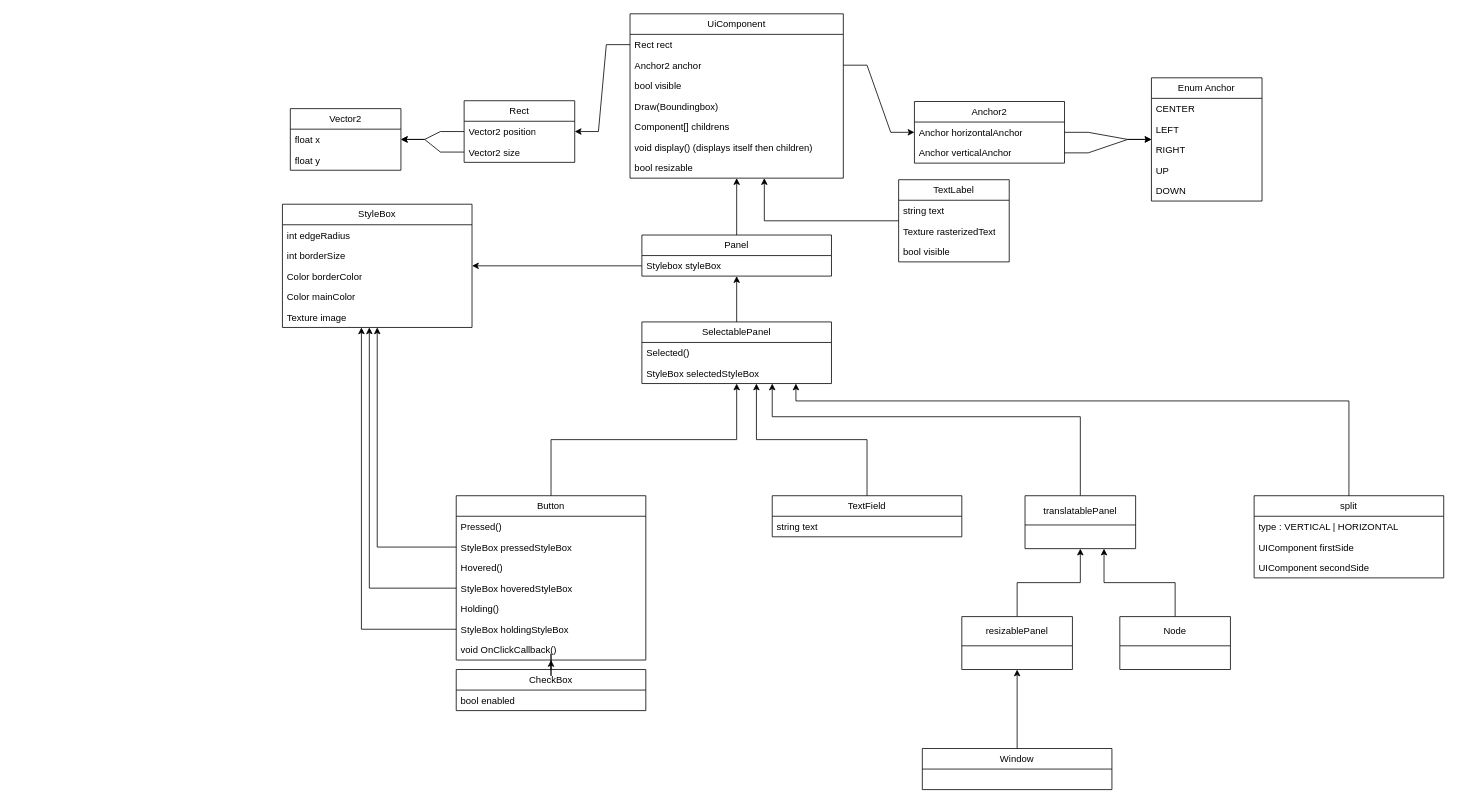
Before: ui.drawio in RugiSerl/NativeUI, a draw.io diagram. Source tidied: cells renumbered, new cells numbered last; positions are measured from the earlier drawing's top-left corner, leaving out a move shared by most shapes. Both pictures are drawn from the tidied source at 79%, with x=0, y=0 at pixel (282, 13).
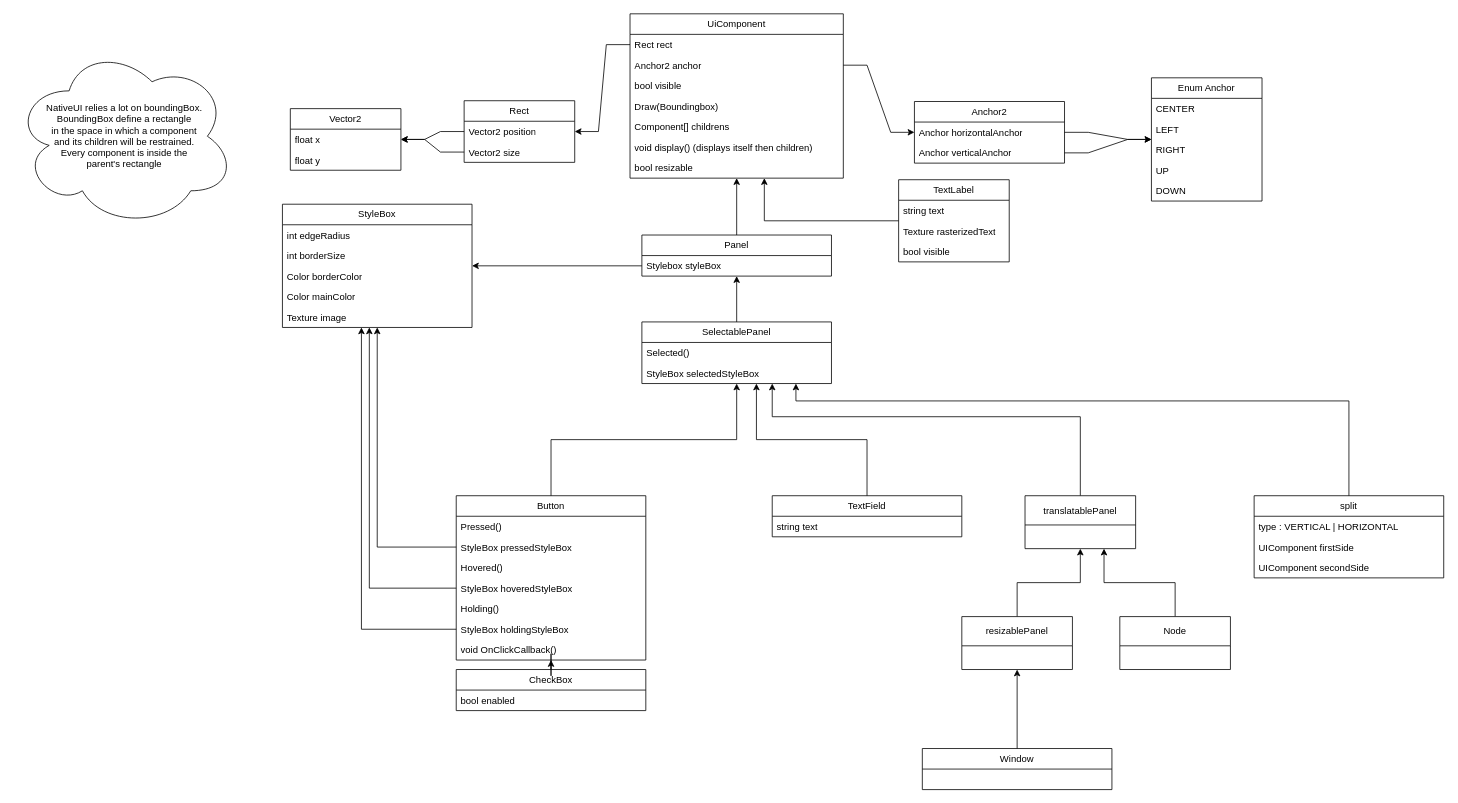
After the change.

Change to the diagram source:
```diff
@@
+    <mxCell id="81" value="NativeUI relies a lot on boundingBox.&lt;div&gt;BoundingBox define a rectangle&lt;/div&gt;&lt;div&gt;in the space in which a component&lt;/div&gt;&lt;div&gt;and its children will be restrained.&lt;/div&gt;&lt;div&gt;Every component is inside the&lt;/div&gt;&lt;div&gt;parent's rectangle&lt;/div&gt;" style="ellipse;shape=cloud;whiteSpace=wrap;html=1;" parent="1" vertex="1">
+      <mxGeometry x="-340" y="40" width="280" height="230" as="geometry" />
+    </mxCell>
```
